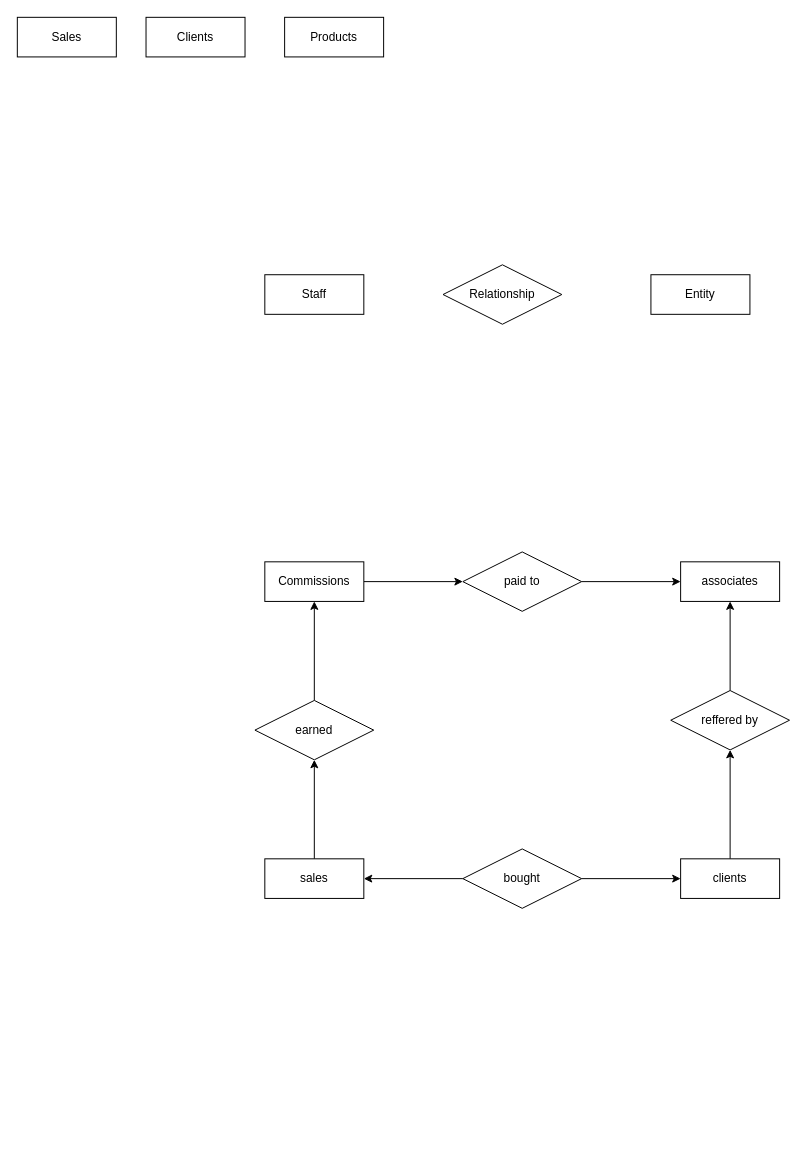
This is Untitled Diagram.drawio from TolulopeBabajide/UOR, a draw.io file, before an edit. Source tidied: cells renumbered, new cells numbered last; positions are measured from the earlier drawing's top-left corner, leaving out a move shared by most shapes. Both pictures are drawn from the tidied source at 99%, with x=0, y=0 at pixel (17, 17).
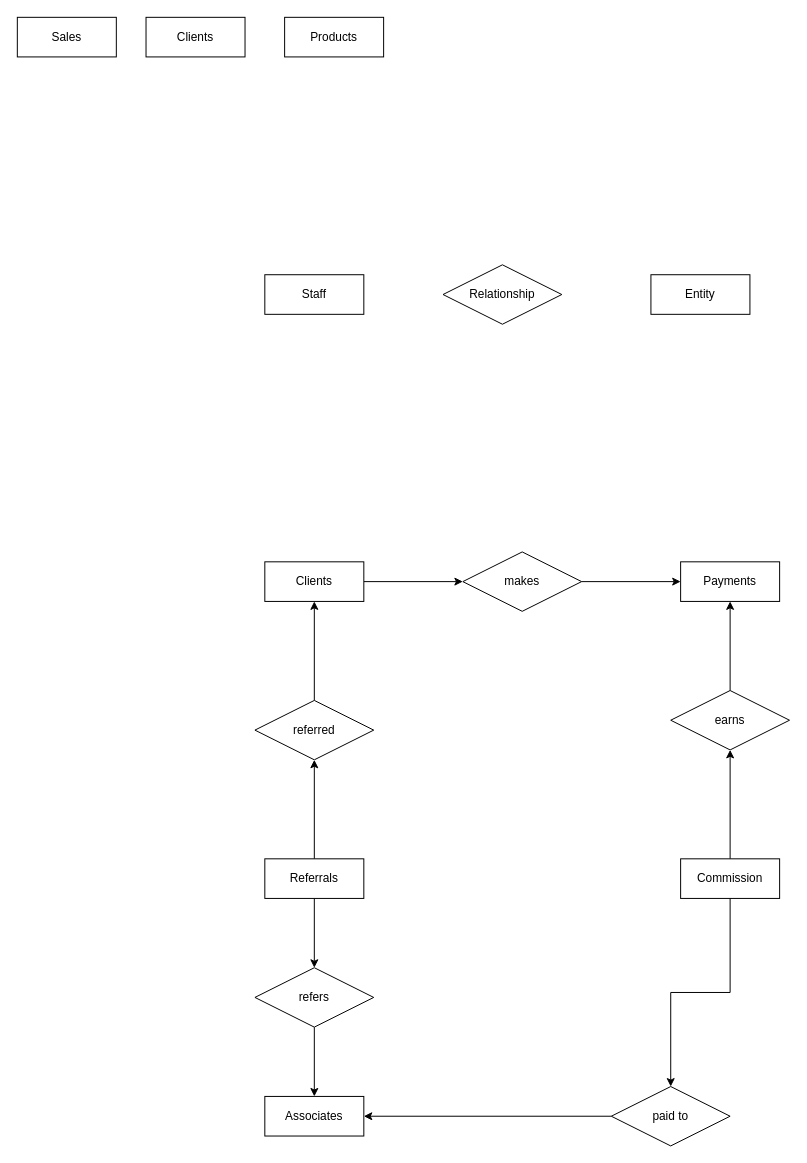
Above is the later version.

Commit message:
populate entities

Diff of the diagram source:
```diff
@@
-    <mxCell id="9" value="Commissions" style="whiteSpace=wrap;html=1;align=center;" parent="1" vertex="1">
+    <mxCell id="9" value="Clients" style="whiteSpace=wrap;html=1;align=center;" parent="1" vertex="1">
       <mxGeometry x="250" y="550" width="100" height="40" as="geometry" />
     </mxCell>
@@
-    <mxCell id="11" value="paid to" style="shape=rhombus;perimeter=rhombusPerimeter;whiteSpace=wrap;html=1;align=center;" parent="1" vertex="1">
+    <mxCell id="11" value="makes" style="shape=rhombus;perimeter=rhombusPerimeter;whiteSpace=wrap;html=1;align=center;" parent="1" vertex="1">
       <mxGeometry x="450" y="540" width="120" height="60" as="geometry" />
     </mxCell>
-    <mxCell id="12" value="associates" style="whiteSpace=wrap;html=1;align=center;" parent="1" vertex="1">
+    <mxCell id="12" value="Payments" style="whiteSpace=wrap;html=1;align=center;" parent="1" vertex="1">
       <mxGeometry x="670" y="550" width="100" height="40" as="geometry" />
     </mxCell>
@@
-    <mxCell id="14" value="reffered by" style="shape=rhombus;perimeter=rhombusPerimeter;whiteSpace=wrap;html=1;align=center;" parent="1" vertex="1">
+    <mxCell id="14" value="earns" style="shape=rhombus;perimeter=rhombusPerimeter;whiteSpace=wrap;html=1;align=center;" parent="1" vertex="1">
       <mxGeometry x="660" y="680" width="120" height="60" as="geometry" />
     </mxCell>
@@
-    <mxCell id="16" value="clients" style="whiteSpace=wrap;html=1;align=center;" parent="1" vertex="1">
+    <mxCell id="16" value="Commission" style="whiteSpace=wrap;html=1;align=center;" parent="1" vertex="1">
       <mxGeometry x="670" y="850" width="100" height="40" as="geometry" />
     </mxCell>
@@
+    <mxCell id="24" style="edgeStyle=orthogonalEdgeStyle;rounded=0;jettySize=auto;html=1;" parent="1" edge="1" source="18" target="27">
+      <mxGeometry relative="1" as="geometry" />
+    </mxCell>
-    <mxCell id="18" value="sales" style="whiteSpace=wrap;html=1;align=center;" parent="1" vertex="1">
+    <mxCell id="18" value="Referrals" style="whiteSpace=wrap;html=1;align=center;" parent="1" vertex="1">
       <mxGeometry x="250" y="850" width="100" height="40" as="geometry" />
     </mxCell>
@@
-    <mxCell id="20" value="earned" style="shape=rhombus;perimeter=rhombusPerimeter;whiteSpace=wrap;html=1;align=center;" parent="1" vertex="1">
+    <mxCell id="20" value="referred" style="shape=rhombus;perimeter=rhombusPerimeter;whiteSpace=wrap;html=1;align=center;" parent="1" vertex="1">
       <mxGeometry x="240" y="690" width="120" height="60" as="geometry" />
     </mxCell>
-    <mxCell id="21" style="edgeStyle=orthogonalEdgeStyle;rounded=0;jettySize=auto;html=1;" parent="1" edge="1" source="23" target="18">
-      <mxGeometry relative="1" as="geometry" />
-    </mxCell>
-    <mxCell id="22" style="edgeStyle=orthogonalEdgeStyle;rounded=0;jettySize=auto;html=1;" parent="1" edge="1" source="23" target="16">
-      <mxGeometry relative="1" as="geometry" />
-    </mxCell>
-    <mxCell id="23" value="bought" style="shape=rhombus;perimeter=rhombusPerimeter;whiteSpace=wrap;html=1;align=center;" parent="1" vertex="1">
-      <mxGeometry x="450" y="840" width="120" height="60" as="geometry" />
-    </mxCell>
+    <mxCell id="25" value="Associates" style="whiteSpace=wrap;html=1;align=center;" parent="1" vertex="1">
+      <mxGeometry x="250" y="1090" width="100" height="40" as="geometry" />
+    </mxCell>
+    <mxCell id="26" style="edgeStyle=orthogonalEdgeStyle;rounded=0;jettySize=auto;html=1;" parent="1" edge="1" source="27" target="25">
+      <mxGeometry relative="1" as="geometry" />
+    </mxCell>
+    <mxCell id="27" value="refers" style="shape=rhombus;perimeter=rhombusPerimeter;whiteSpace=wrap;html=1;align=center;" parent="1" vertex="1">
+      <mxGeometry x="240" y="960" width="120" height="60" as="geometry" />
+    </mxCell>
+    <mxCell id="28" style="edgeStyle=orthogonalEdgeStyle;rounded=0;jettySize=auto;html=1;exitX=0.5;exitY=1;exitDx=0;exitDy=0;" parent="1" edge="1" source="16" target="30">
+      <mxGeometry relative="1" as="geometry" />
+    </mxCell>
+    <mxCell id="29" style="edgeStyle=orthogonalEdgeStyle;rounded=0;jettySize=auto;html=1;entryX=1;entryY=0.5;entryDx=0;entryDy=0;" parent="1" edge="1" source="30" target="25">
+      <mxGeometry relative="1" as="geometry" />
+    </mxCell>
+    <mxCell id="30" value="paid to" style="shape=rhombus;perimeter=rhombusPerimeter;whiteSpace=wrap;html=1;align=center;" parent="1" vertex="1">
+      <mxGeometry x="600" y="1080" width="120" height="60" as="geometry" />
+    </mxCell>
```
